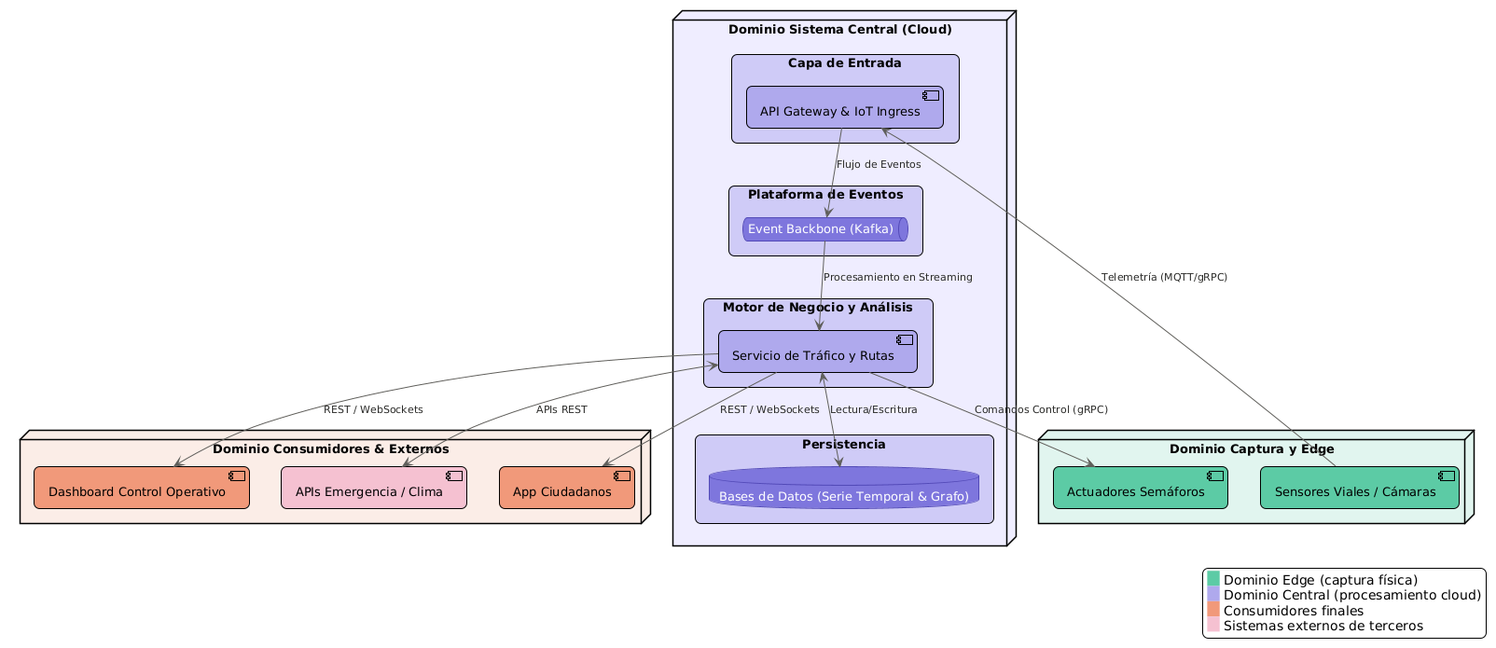
Earlier version of the PlantUML export diagrams/renders/vista-conceptual.png (JhonathanMusa/smart-mobility-system). Its diagram source:
```plantuml
@startuml
!theme plain

skinparam nodeStyle rectangle
skinparam shadowing false
skinparam roundCorner 12
skinparam defaultFontName Arial
skinparam defaultFontSize 13

skinparam ArrowColor #5F5E5A
skinparam ArrowFontColor #2C2C2A
skinparam ArrowFontSize 11

skinparam node {
  BorderThickness 1.5
  FontStyle bold
}

skinparam rectangle {
  BorderThickness 1
}

skinparam component {
  BorderThickness 1
}

skinparam queue {
  BackgroundColor #7F77DD
  BorderColor #534AB7
  FontColor #FFFFFF
}

skinparam database {
  BackgroundColor #7F77DD
  BorderColor #534AB7
  FontColor #FFFFFF
}

node "Dominio Captura y Edge" as EdgeDomain #E1F5EE {
  [Sensores Viales / Cámaras] as EdgeSensors #5DCAA5
  [Actuadores Semáforos] as EdgeLights #5DCAA5
}

node "Dominio Sistema Central (Cloud)" as CoreDomain #EEEDFE {
  rectangle "Capa de Entrada" as L1 #CECBF6 {
    [API Gateway & IoT Ingress] as Ingress #AFA9EC
  }
  rectangle "Plataforma de Eventos" as L2 #CECBF6 {
    queue "Event Backbone (Kafka)" as Backbone
  }
  rectangle "Motor de Negocio y Análisis" as L3 #CECBF6 {
    [Servicio de Tráfico y Rutas] as Analytics #AFA9EC
  }
  rectangle "Persistencia" as L4 #CECBF6 {
    database "Bases de Datos (Serie Temporal & Grafo)" as Storage
  }
}

node "Dominio Consumidores & Externos" as ExtDomain #FAECE7 {
  [App Ciudadanos] as MobileApp #F0997B
  [Dashboard Control Operativo] as ControlDash #F0997B
  [APIs Emergencia / Clima] as ExtServices #F4C0D1
}

EdgeSensors --> Ingress : Telemetría (MQTT/gRPC)
Ingress --> Backbone : Flujo de Eventos
Backbone --> Analytics : Procesamiento en Streaming
Analytics <--> Storage : Lectura/Escritura

Analytics --> MobileApp : REST / WebSockets
Analytics --> ControlDash : REST / WebSockets
Analytics <--> ExtServices : APIs REST
Analytics --> EdgeLights : Comandos Control (gRPC)

legend right
  <back:#5DCAA5>   </back> Dominio Edge (captura física)
  <back:#AFA9EC>   </back> Dominio Central (procesamiento cloud)
  <back:#F0997B>   </back> Consumidores finales
  <back:#F4C0D1>   </back> Sistemas externos de terceros
endlegend
@enduml
```
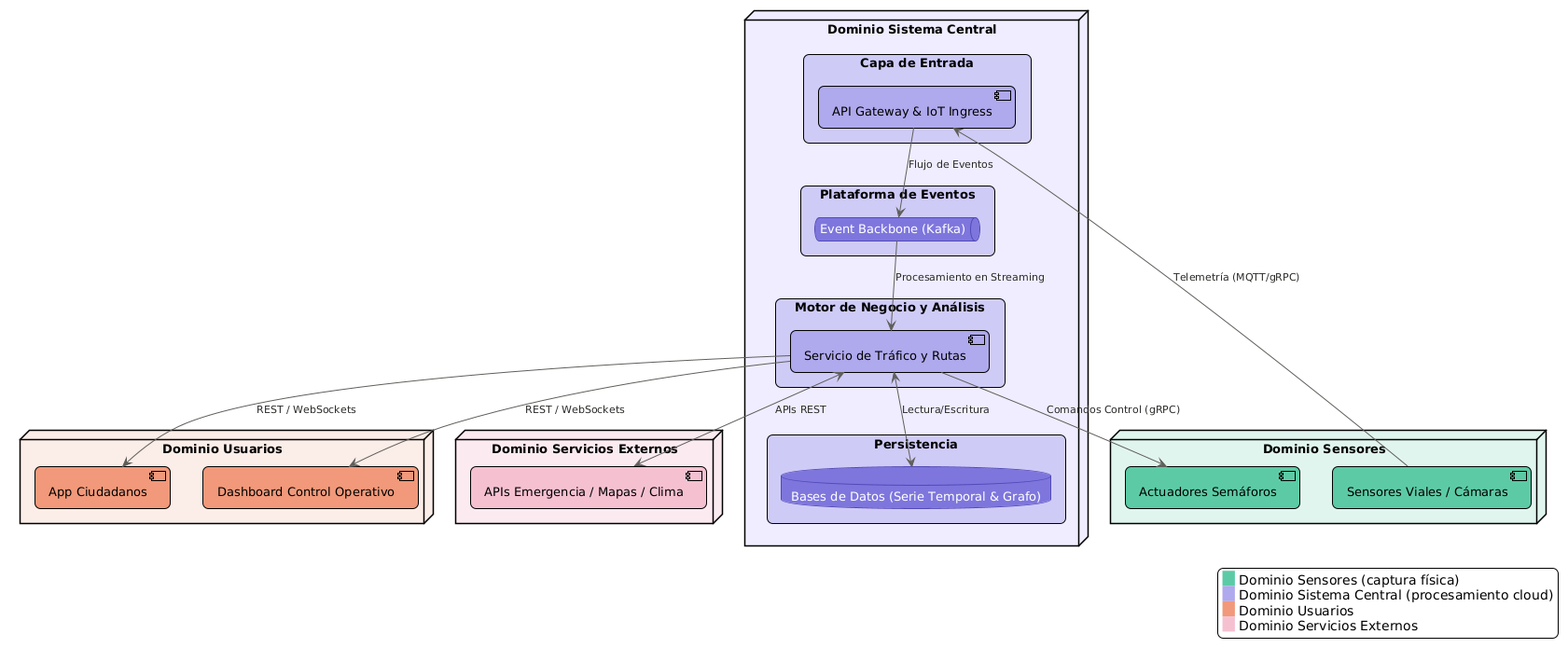
The same file after the commit.

Change to the diagram source:
```diff
@@ -36,12 +36,12 @@
   FontColor #FFFFFF
 }
 
-node "Dominio Captura y Edge" as EdgeDomain #E1F5EE {
+node "Dominio Sensores" as SensorDomain #E1F5EE {
   [Sensores Viales / Cámaras] as EdgeSensors #5DCAA5
   [Actuadores Semáforos] as EdgeLights #5DCAA5
 }
 
-node "Dominio Sistema Central (Cloud)" as CoreDomain #EEEDFE {
+node "Dominio Sistema Central" as CoreDomain #EEEDFE {
   rectangle "Capa de Entrada" as L1 #CECBF6 {
     [API Gateway & IoT Ingress] as Ingress #AFA9EC
   }
@@ -56,10 +56,13 @@
   }
 }
 
-node "Dominio Consumidores & Externos" as ExtDomain #FAECE7 {
+node "Dominio Usuarios" as UserDomain #FAECE7 {
   [App Ciudadanos] as MobileApp #F0997B
   [Dashboard Control Operativo] as ControlDash #F0997B
-  [APIs Emergencia / Clima] as ExtServices #F4C0D1
+}
+
+node "Dominio Servicios Externos" as ExtDomain #FBEAF0 {
+  [APIs Emergencia / Mapas / Clima] as ExtServices #F4C0D1
 }
 
 EdgeSensors --> Ingress : Telemetría (MQTT/gRPC)
@@ -73,9 +76,9 @@
 Analytics --> EdgeLights : Comandos Control (gRPC)
 
 legend right
-  <back:#5DCAA5>   </back> Dominio Edge (captura física)
-  <back:#AFA9EC>   </back> Dominio Central (procesamiento cloud)
-  <back:#F0997B>   </back> Consumidores finales
-  <back:#F4C0D1>   </back> Sistemas externos de terceros
+  <back:#5DCAA5>   </back> Dominio Sensores (captura física)
+  <back:#AFA9EC>   </back> Dominio Sistema Central (procesamiento cloud)
+  <back:#F0997B>   </back> Dominio Usuarios
+  <back:#F4C0D1>   </back> Dominio Servicios Externos
 endlegend
 @enduml
```
